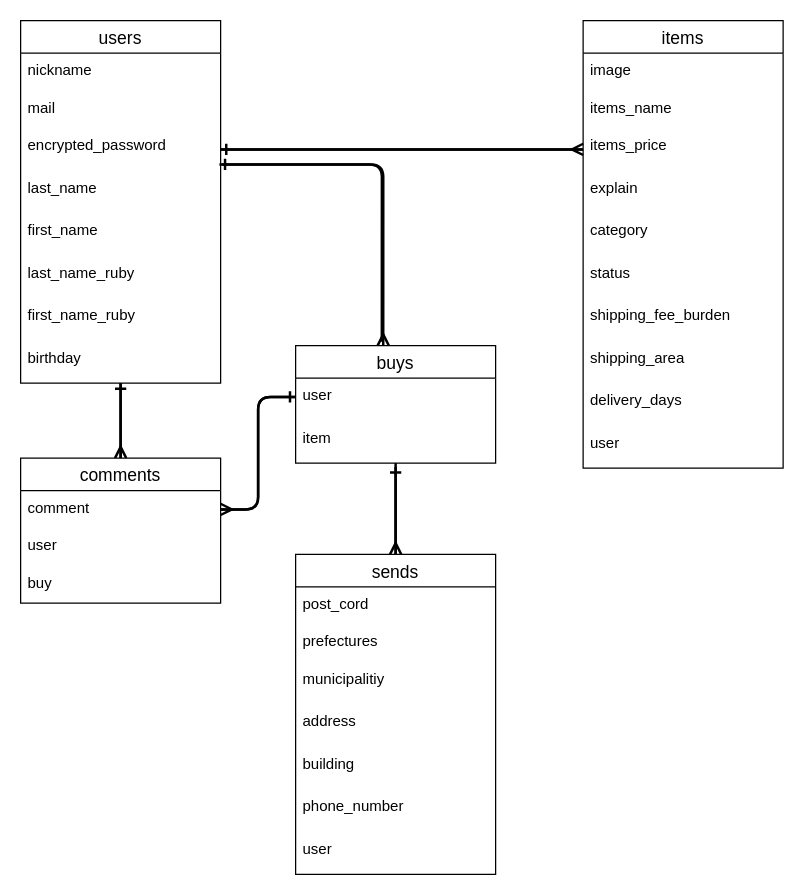
This is ER.dio from haminoshu/furima-37493, a draw.io file, before an edit. Source tidied: cells renumbered, new cells numbered last; positions are measured from the earlier drawing's top-left corner, leaving out a move shared by most shapes. Both pictures are drawn from the tidied source at 125%, with x=0, y=0 at pixel (20, 20).
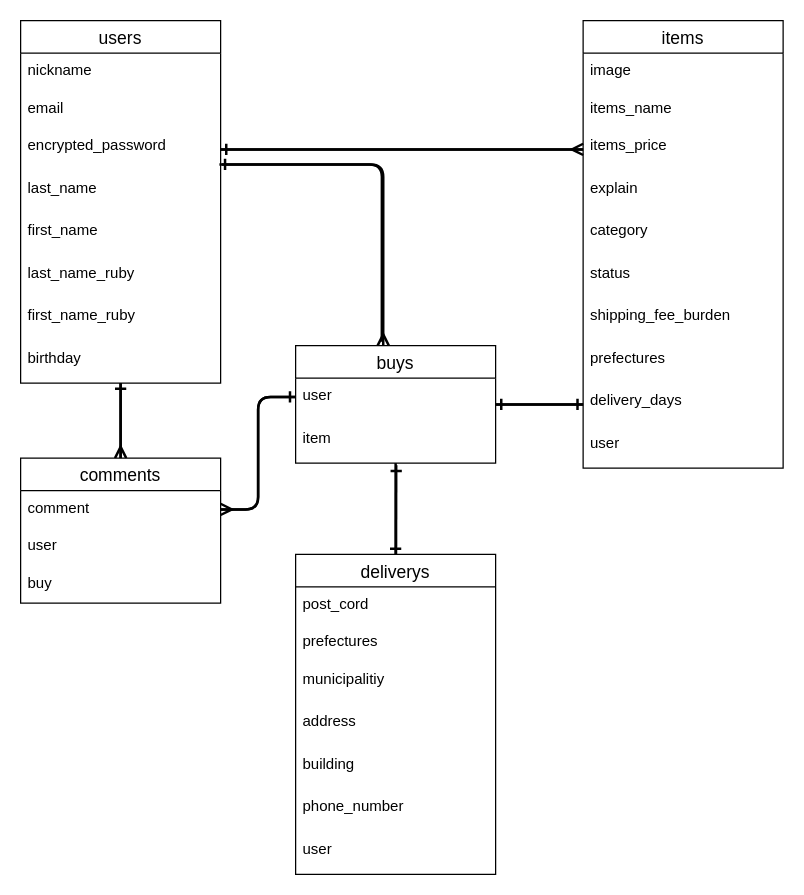
The same page after the edit.

Commit message (it also covers changes not shown here):
データベース設計⑥

Unchanged cells that the change refers to:
```xml
<mxCell id="4" value="users" style="swimlane;fontStyle=0;horizontal=1;startSize=26;align=center;fontSize=14;" parent="1" vertex="1">
  <mxGeometry width="160" height="290" as="geometry" />
</mxCell>
<mxCell id="13" value="items" style="swimlane;fontStyle=0;horizontal=1;startSize=26;align=center;fontSize=14;" parent="1" vertex="1">
  <mxGeometry x="450" width="160" height="358" as="geometry" />
</mxCell>
<mxCell id="22" value="delivery_days" style="text;strokeColor=none;fillColor=none;spacingLeft=4;spacingRight=4;overflow=hidden;points=[[0,0.5],[1,0.5]];portConstraint=eastwest;fontSize=12;" parent="13" vertex="1">
  <mxGeometry y="290" width="160" height="34" as="geometry" />
</mxCell>
<mxCell id="26" value="buys" style="swimlane;fontStyle=0;horizontal=1;startSize=26;align=center;fontSize=14;" parent="1" vertex="1">
  <mxGeometry x="220" y="260" width="160" height="94" as="geometry" />
</mxCell>
<mxCell id="28" value="item" style="text;strokeColor=none;fillColor=none;spacingLeft=4;spacingRight=4;overflow=hidden;points=[[0,0.5],[1,0.5]];portConstraint=eastwest;fontSize=12;" parent="26" vertex="1">
  <mxGeometry y="60" width="160" height="34" as="geometry" />
</mxCell>
```

Change to the diagram source:
```diff
@@
-    <mxCell id="6" value="mail" style="text;strokeColor=none;fillColor=none;spacingLeft=4;spacingRight=4;overflow=hidden;fontSize=12;" parent="4" vertex="1">
+    <mxCell id="6" value="email" style="text;strokeColor=none;fillColor=none;spacingLeft=4;spacingRight=4;overflow=hidden;fontSize=12;" parent="4" vertex="1">
       <mxGeometry y="56" width="160" height="30" as="geometry" />
     </mxCell>
@@
+    <mxCell id="47" style="edgeStyle=none;jumpSize=6;html=1;endArrow=ERone;endFill=0;strokeWidth=2;exitX=0;exitY=0.5;exitDx=0;exitDy=0;" parent="1" edge="1" source="22">
+      <mxGeometry relative="1" as="geometry">
+        <mxPoint x="380" y="307" as="targetPoint" />
+      </mxGeometry>
+    </mxCell>
@@
-    <mxCell id="21" value="shipping_area" style="text;strokeColor=none;fillColor=none;spacingLeft=4;spacingRight=4;overflow=hidden;fontSize=12;" parent="13" vertex="1">
+    <mxCell id="21" value="prefectures" style="text;strokeColor=none;fillColor=none;spacingLeft=4;spacingRight=4;overflow=hidden;fontSize=12;" parent="13" vertex="1">
       <mxGeometry y="256" width="160" height="34" as="geometry" />
     </mxCell>
@@
+    <mxCell id="48" style="edgeStyle=none;jumpSize=6;html=1;endArrow=ERone;endFill=0;strokeWidth=2;entryX=0;entryY=0.5;entryDx=0;entryDy=0;" parent="1" edge="1" source="26" target="22">
+      <mxGeometry relative="1" as="geometry" />
+    </mxCell>
-    <mxCell id="25" style="edgeStyle=none;jumpSize=6;html=1;entryX=0.5;entryY=0;entryDx=0;entryDy=0;endArrow=ERmany;endFill=0;strokeWidth=2;" parent="1" edge="1" source="26" target="30">
+    <mxCell id="25" style="edgeStyle=none;jumpSize=6;html=1;endArrow=ERone;endFill=0;strokeWidth=2;entryX=0.5;entryY=0;entryDx=0;entryDy=0;" parent="1" edge="1" source="26" target="30">
       <mxGeometry relative="1" as="geometry" />
     </mxCell>
@@
-    <mxCell id="29" style="edgeStyle=none;jumpSize=6;html=1;entryX=0.5;entryY=1.088;entryDx=0;entryDy=0;entryPerimeter=0;endArrow=ERone;endFill=0;strokeWidth=2;" parent="1" edge="1" source="30" target="28">
+    <mxCell id="29" style="edgeStyle=none;jumpSize=6;html=1;entryX=0.503;entryY=1.052;entryDx=0;entryDy=0;entryPerimeter=0;endArrow=ERone;endFill=0;strokeWidth=2;" parent="1" edge="1" source="30" target="28">
       <mxGeometry relative="1" as="geometry" />
     </mxCell>
-    <mxCell id="30" value="sends" style="swimlane;fontStyle=0;horizontal=1;startSize=26;align=center;fontSize=14;" parent="1" vertex="1">
+    <mxCell id="30" value="deliverys" style="swimlane;fontStyle=0;horizontal=1;startSize=26;align=center;fontSize=14;" parent="1" vertex="1">
       <mxGeometry x="220" y="427" width="160" height="256" as="geometry" />
     </mxCell>
```
